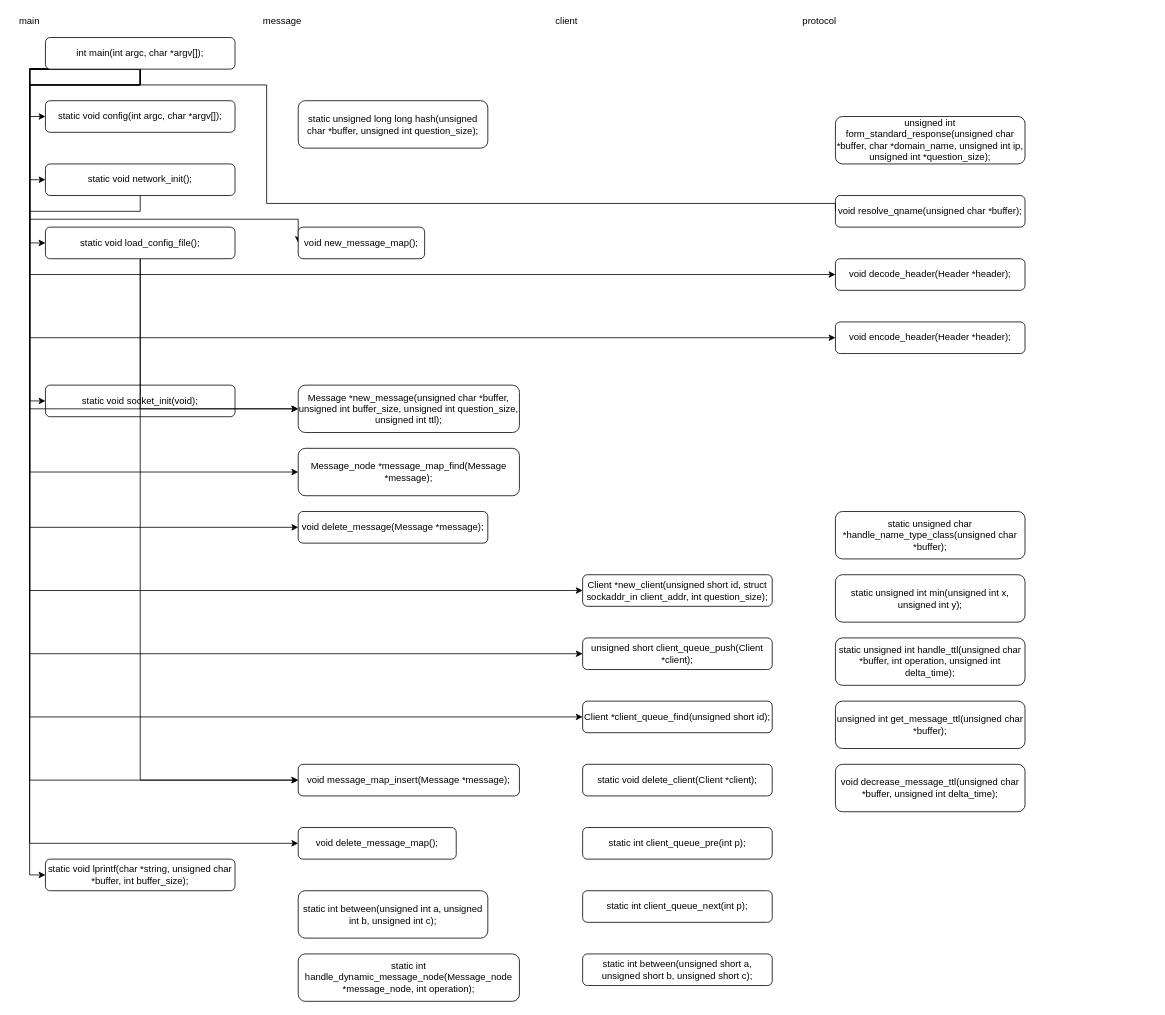
The draw.io diagram dns_relay.drawio in chunkitlau/diagrams, before the edit. Source tidied: cells renumbered, new cells numbered last; positions are measured from the earlier drawing's top-left corner, leaving out a move shared by most shapes. Both pictures are drawn from the tidied source at 79%, with x=0, y=0 at pixel (13, 13).
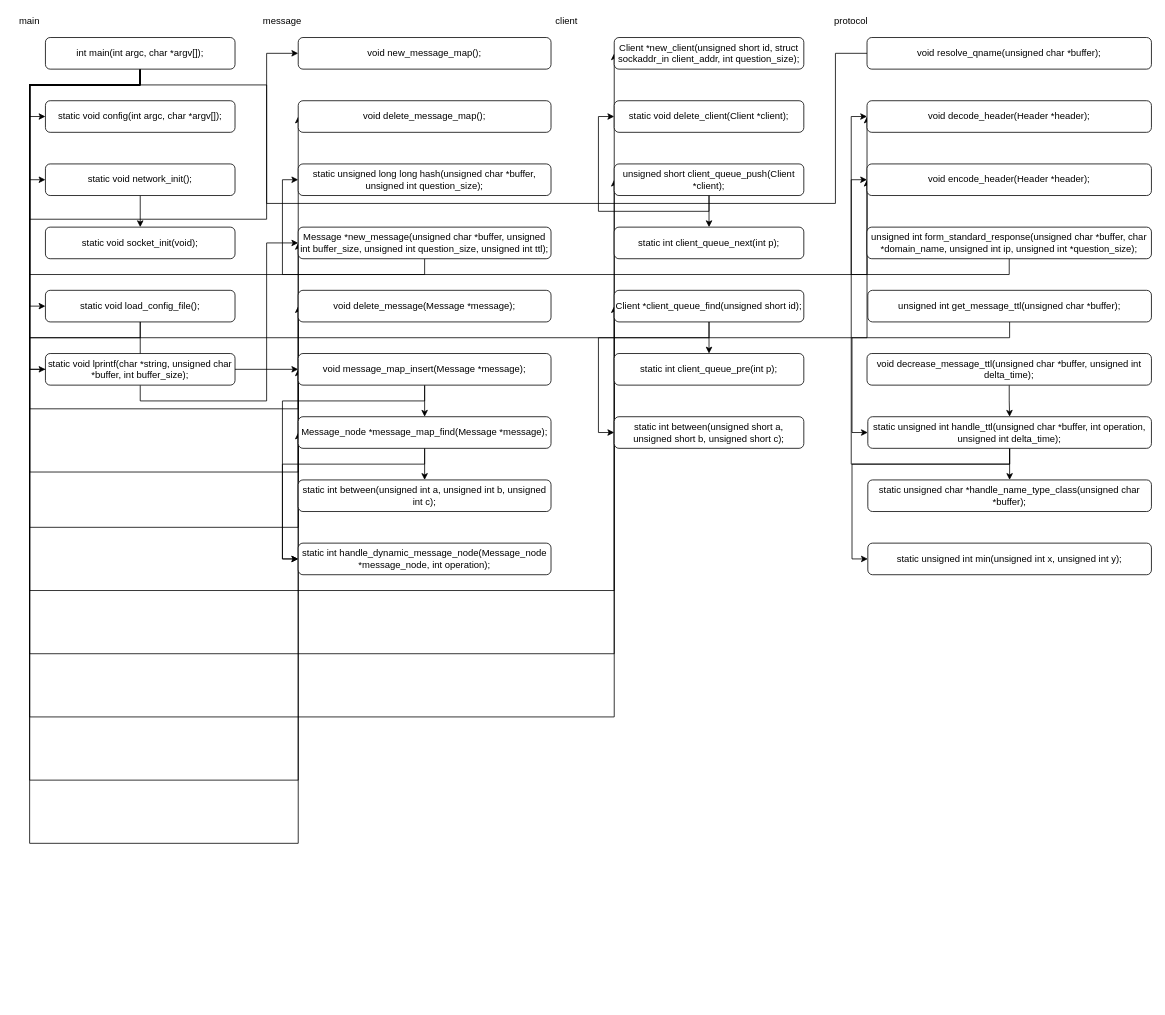
Above is the later version.

The change refers to these unchanged cells:
```xml
<mxCell id="6" value="static void network_init();" style="rounded=1;whiteSpace=wrap;html=1;" parent="1" vertex="1">
  <mxGeometry x="40" y="190" width="240" height="40" as="geometry" />
</mxCell>
<mxCell id="25" value="int main(int argc, char *argv[]);" style="rounded=1;whiteSpace=wrap;html=1;" parent="1" vertex="1">
  <mxGeometry x="40" y="30" width="240" height="40" as="geometry" />
</mxCell>
```

What changed in the source:
```diff
@@
     <mxCell id="2" value="static void socket_init(void);" style="rounded=1;whiteSpace=wrap;html=1;" parent="1" vertex="1">
-      <mxGeometry x="40" y="470" width="240" height="40" as="geometry" />
+      <mxGeometry x="40" y="270" width="240" height="40" as="geometry" />
     </mxCell>
@@
-    <mxCell id="4" value="static void lprintf(char *string, unsigned char *buffer, int buffer_size);" style="rounded=1;whiteSpace=wrap;html=1;" parent="1" vertex="1">
-      <mxGeometry x="40" y="1070" width="240" height="40" as="geometry" />
-    </mxCell>
-    <mxCell id="5" style="edgeStyle=orthogonalEdgeStyle;rounded=0;jettySize=auto;html=1;exitX=0.5;exitY=1;exitDx=0;exitDy=0;entryX=0;entryY=0.5;entryDx=0;entryDy=0;" parent="1" edge="1" source="6" target="2">
+    <mxCell id="5" style="edgeStyle=orthogonalEdgeStyle;rounded=0;jettySize=auto;html=1;exitX=0.5;exitY=1;exitDx=0;exitDy=0;entryX=0.5;entryY=0;entryDx=0;entryDy=0;" parent="1" edge="1" source="6" target="2">
       <mxGeometry relative="1" as="geometry">
         <Array as="points">
-          <mxPoint x="160" y="250" />
-          <mxPoint x="20" y="250" />
-          <mxPoint x="20" y="490" />
+          <mxPoint x="160" y="260" />
+          <mxPoint x="160" y="260" />
         </Array>
       </mxGeometry>
     </mxCell>
@@
-    <mxCell id="7" style="edgeStyle=orthogonalEdgeStyle;rounded=0;jettySize=auto;html=1;exitX=0.5;exitY=1;exitDx=0;exitDy=0;entryX=0;entryY=0.5;entryDx=0;entryDy=0;" parent="1" edge="1" source="9" target="41">
+    <mxCell id="7" style="edgeStyle=orthogonalEdgeStyle;rounded=0;jettySize=auto;html=1;exitX=0.5;exitY=1;exitDx=0;exitDy=0;entryX=0;entryY=0.5;entryDx=0;entryDy=0;startArrow=none;" parent="1" edge="1" source="4" target="41">
       <mxGeometry relative="1" as="geometry" />
     </mxCell>
@@
     <mxCell id="9" value="static void load_config_file();" style="rounded=1;whiteSpace=wrap;html=1;" parent="1" vertex="1">
-      <mxGeometry x="40" y="270" width="240" height="40" as="geometry" />
+      <mxGeometry x="40" y="350" width="240" height="40" as="geometry" />
     </mxCell>
@@
     <mxCell id="12" style="edgeStyle=orthogonalEdgeStyle;rounded=0;jettySize=auto;html=1;exitX=0.5;exitY=1;exitDx=0;exitDy=0;entryX=0;entryY=0.5;entryDx=0;entryDy=0;" parent="1" edge="1" source="25" target="9">
       <mxGeometry relative="1" as="geometry">
         <Array as="points">
           <mxPoint x="160" y="90" />
           <mxPoint x="20" y="90" />
-          <mxPoint x="20" y="290" />
+          <mxPoint x="20" y="370" />
         </Array>
       </mxGeometry>
     </mxCell>
@@
     <mxCell id="15" style="edgeStyle=orthogonalEdgeStyle;rounded=0;jettySize=auto;html=1;exitX=0.5;exitY=1;exitDx=0;exitDy=0;entryX=0;entryY=0.5;entryDx=0;entryDy=0;" parent="1" edge="1" source="25" target="41">
       <mxGeometry relative="1" as="geometry">
         <Array as="points">
-          <mxPoint x="20" y="70" />
+          <mxPoint x="160" y="90" />
+          <mxPoint x="20" y="90" />
           <mxPoint x="20" y="500" />
+          <mxPoint x="360" y="500" />
         </Array>
       </mxGeometry>
     </mxCell>
     <mxCell id="16" style="edgeStyle=orthogonalEdgeStyle;rounded=0;jettySize=auto;html=1;exitX=0.5;exitY=1;exitDx=0;exitDy=0;entryX=0;entryY=0.5;entryDx=0;entryDy=0;" parent="1" edge="1" source="25" target="45">
       <mxGeometry relative="1" as="geometry">
         <Array as="points">
-          <mxPoint x="20" y="70" />
+          <mxPoint x="160" y="90" />
+          <mxPoint x="20" y="90" />
           <mxPoint x="20" y="580" />
         </Array>
       </mxGeometry>
     </mxCell>
     <mxCell id="17" style="edgeStyle=orthogonalEdgeStyle;rounded=0;jettySize=auto;html=1;exitX=0.5;exitY=1;exitDx=0;exitDy=0;entryX=0;entryY=0.5;entryDx=0;entryDy=0;" parent="1" edge="1" source="25" target="29">
       <mxGeometry relative="1" as="geometry">
         <Array as="points">
-          <mxPoint x="20" y="70" />
+          <mxPoint x="160" y="90" />
+          <mxPoint x="20" y="90" />
           <mxPoint x="20" y="650" />
         </Array>
       </mxGeometry>
     </mxCell>
     <mxCell id="18" style="edgeStyle=orthogonalEdgeStyle;rounded=0;jettySize=auto;html=1;exitX=0.5;exitY=1;exitDx=0;exitDy=0;entryX=0;entryY=0.5;entryDx=0;entryDy=0;" parent="1" edge="1" source="25" target="26">
       <mxGeometry relative="1" as="geometry">
         <Array as="points">
-          <mxPoint x="20" y="70" />
+          <mxPoint x="160" y="90" />
+          <mxPoint x="20" y="90" />
           <mxPoint x="20" y="260" />
-          <mxPoint x="360" y="260" />
+          <mxPoint x="320" y="260" />
+          <mxPoint x="320" y="50" />
         </Array>
       </mxGeometry>
     </mxCell>
     <mxCell id="19" style="edgeStyle=orthogonalEdgeStyle;rounded=0;jettySize=auto;html=1;exitX=0.5;exitY=1;exitDx=0;exitDy=0;entryX=0;entryY=0.5;entryDx=0;entryDy=0;" parent="1" edge="1" source="25" target="47">
       <mxGeometry relative="1" as="geometry">
         <Array as="points">
-          <mxPoint x="20" y="70" />
+          <mxPoint x="160" y="90" />
+          <mxPoint x="20" y="90" />
           <mxPoint x="20" y="730" />
         </Array>
       </mxGeometry>
     </mxCell>
     <mxCell id="20" style="edgeStyle=orthogonalEdgeStyle;rounded=0;jettySize=auto;html=1;exitX=0.5;exitY=1;exitDx=0;exitDy=0;entryX=0;entryY=0.5;entryDx=0;entryDy=0;" parent="1" edge="1" source="25" target="51">
       <mxGeometry relative="1" as="geometry">
         <Array as="points">
-          <mxPoint x="20" y="70" />
+          <mxPoint x="160" y="90" />
+          <mxPoint x="20" y="90" />
           <mxPoint x="20" y="810" />
         </Array>
       </mxGeometry>
     </mxCell>
     <mxCell id="21" style="edgeStyle=orthogonalEdgeStyle;rounded=0;jettySize=auto;html=1;exitX=0.5;exitY=1;exitDx=0;exitDy=0;entryX=0;entryY=0.5;entryDx=0;entryDy=0;" parent="1" edge="1" source="25" target="53">
       <mxGeometry relative="1" as="geometry">
         <Array as="points">
-          <mxPoint x="20" y="70" />
+          <mxPoint x="160" y="90" />
+          <mxPoint x="20" y="90" />
           <mxPoint x="20" y="890" />
         </Array>
       </mxGeometry>
     </mxCell>
     <mxCell id="22" style="edgeStyle=orthogonalEdgeStyle;rounded=0;jettySize=auto;html=1;exitX=0.5;exitY=1;exitDx=0;exitDy=0;entryX=0;entryY=0.5;entryDx=0;entryDy=0;" parent="1" edge="1" source="25" target="46">
       <mxGeometry relative="1" as="geometry">
         <Array as="points">
-          <mxPoint x="20" y="70" />
+          <mxPoint x="160" y="90" />
+          <mxPoint x="20" y="90" />
           <mxPoint x="20" y="970" />
+          <mxPoint x="360" y="970" />
         </Array>
       </mxGeometry>
     </mxCell>
     <mxCell id="23" style="edgeStyle=orthogonalEdgeStyle;rounded=0;jettySize=auto;html=1;exitX=0.5;exitY=1;exitDx=0;exitDy=0;entryX=0;entryY=0.5;entryDx=0;entryDy=0;" parent="1" edge="1" source="25" target="42">
       <mxGeometry relative="1" as="geometry">
         <Array as="points">
-          <mxPoint x="20" y="70" />
+          <mxPoint x="160" y="90" />
+          <mxPoint x="20" y="90" />
           <mxPoint x="20" y="1050" />
         </Array>
       </mxGeometry>
     </mxCell>
     <mxCell id="24" style="edgeStyle=orthogonalEdgeStyle;rounded=0;jettySize=auto;html=1;exitX=0.5;exitY=1;exitDx=0;exitDy=0;entryX=0;entryY=0.5;entryDx=0;entryDy=0;" parent="1" edge="1" source="25" target="4">
       <mxGeometry relative="1" as="geometry">
         <Array as="points">
-          <mxPoint x="20" y="70" />
-          <mxPoint x="20" y="1090" />
+          <mxPoint x="160" y="90" />
+          <mxPoint x="20" y="90" />
+          <mxPoint x="20" y="450" />
         </Array>
       </mxGeometry>
     </mxCell>
@@
     <mxCell id="26" value="void new_message_map();" style="rounded=1;whiteSpace=wrap;html=1;" parent="1" vertex="1">
-      <mxGeometry x="360" y="270" width="160" height="40" as="geometry" />
+      <mxGeometry x="360" y="30" width="320" height="40" as="geometry" />
     </mxCell>
     <mxCell id="27" value="void decode_header(Header *header);" style="rounded=1;whiteSpace=wrap;html=1;" parent="1" vertex="1">
-      <mxGeometry x="1040" y="310" width="240" height="40" as="geometry" />
+      <mxGeometry x="1080" y="110" width="360" height="40" as="geometry" />
     </mxCell>
     <mxCell id="28" value="void encode_header(Header *header);" style="rounded=1;whiteSpace=wrap;html=1;" parent="1" vertex="1">
-      <mxGeometry x="1040" y="390" width="240" height="40" as="geometry" />
+      <mxGeometry x="1080" y="190" width="360" height="40" as="geometry" />
     </mxCell>
     <mxCell id="29" value="void delete_message(Message *message);" style="rounded=1;whiteSpace=wrap;html=1;" parent="1" vertex="1">
-      <mxGeometry x="360" y="630" width="240" height="40" as="geometry" />
+      <mxGeometry x="360" y="350" width="320" height="40" as="geometry" />
     </mxCell>
@@
     <mxCell id="31" value="protocol" style="text;html=1;strokeColor=none;fillColor=none;align=center;verticalAlign=middle;whiteSpace=wrap;rounded=0;" parent="1" vertex="1">
-      <mxGeometry x="1000" width="40" height="20" as="geometry" />
+      <mxGeometry x="1040" width="40" height="20" as="geometry" />
     </mxCell>
@@
+    <mxCell id="56" style="edgeStyle=orthogonalEdgeStyle;rounded=0;jettySize=auto;html=1;exitX=0.5;exitY=1;exitDx=0;exitDy=0;entryX=0;entryY=0.5;entryDx=0;entryDy=0;" parent="1" edge="1" source="34" target="28">
+      <mxGeometry relative="1" as="geometry" />
+    </mxCell>
     <mxCell id="34" value="unsigned int form_standard_response(unsigned char *buffer, char *domain_name, unsigned int ip, unsigned int *question_size);" style="rounded=1;whiteSpace=wrap;html=1;" parent="1" vertex="1">
-      <mxGeometry x="1040" y="130" width="240" height="60" as="geometry" />
+      <mxGeometry x="1080" y="270" width="360" height="40" as="geometry" />
     </mxCell>
     <mxCell id="35" value="static unsigned char *handle_name_type_class(unsigned char *buffer);" style="rounded=1;whiteSpace=wrap;html=1;" parent="1" vertex="1">
-      <mxGeometry x="1040" y="630" width="240" height="60" as="geometry" />
+      <mxGeometry x="1081" y="590" width="359" height="40" as="geometry" />
     </mxCell>
     <mxCell id="36" value="static unsigned int min(unsigned int x, unsigned int y);" style="rounded=1;whiteSpace=wrap;html=1;" parent="1" vertex="1">
-      <mxGeometry x="1040" y="710" width="240" height="60" as="geometry" />
+      <mxGeometry x="1081" y="670" width="359" height="40" as="geometry" />
     </mxCell>
+    <mxCell id="57" style="edgeStyle=orthogonalEdgeStyle;rounded=0;jettySize=auto;html=1;exitX=0.5;exitY=1;exitDx=0;exitDy=0;entryX=0;entryY=0.5;entryDx=0;entryDy=0;" parent="1" edge="1" source="37" target="27">
+      <mxGeometry relative="1" as="geometry" />
+    </mxCell>
+    <mxCell id="58" style="edgeStyle=orthogonalEdgeStyle;rounded=0;jettySize=auto;html=1;" parent="1" edge="1" source="37" target="35">
+      <mxGeometry relative="1" as="geometry" />
+    </mxCell>
+    <mxCell id="59" style="edgeStyle=orthogonalEdgeStyle;rounded=0;jettySize=auto;html=1;exitX=0.5;exitY=1;exitDx=0;exitDy=0;entryX=0;entryY=0.5;entryDx=0;entryDy=0;" parent="1" edge="1" source="37" target="36">
+      <mxGeometry relative="1" as="geometry">
+        <Array as="points">
+          <mxPoint x="1261" y="570" />
+          <mxPoint x="1061" y="570" />
+          <mxPoint x="1061" y="690" />
+        </Array>
+      </mxGeometry>
+    </mxCell>
     <mxCell id="37" value="static unsigned int handle_ttl(unsigned char *buffer, int operation, unsigned int delta_time);" style="rounded=1;whiteSpace=wrap;html=1;" parent="1" vertex="1">
-      <mxGeometry x="1040" y="790" width="240" height="60" as="geometry" />
+      <mxGeometry x="1081" y="510" width="359" height="40" as="geometry" />
     </mxCell>
+    <mxCell id="60" style="edgeStyle=orthogonalEdgeStyle;rounded=0;jettySize=auto;html=1;exitX=0.5;exitY=1;exitDx=0;exitDy=0;entryX=0;entryY=0.5;entryDx=0;entryDy=0;" parent="1" edge="1" source="38" target="37">
+      <mxGeometry relative="1" as="geometry">
+        <Array as="points">
+          <mxPoint x="1261" y="410" />
+          <mxPoint x="1061" y="410" />
+          <mxPoint x="1061" y="530" />
+        </Array>
+      </mxGeometry>
+    </mxCell>
     <mxCell id="38" value="unsigned int get_message_ttl(unsigned char *buffer);" style="rounded=1;whiteSpace=wrap;html=1;" parent="1" vertex="1">
-      <mxGeometry x="1040" y="870" width="240" height="60" as="geometry" />
+      <mxGeometry x="1081" y="350" width="359" height="40" as="geometry" />
     </mxCell>
+    <mxCell id="61" style="edgeStyle=orthogonalEdgeStyle;rounded=0;jettySize=auto;html=1;entryX=0.5;entryY=0;entryDx=0;entryDy=0;" parent="1" edge="1" source="39" target="37">
+      <mxGeometry relative="1" as="geometry" />
+    </mxCell>
     <mxCell id="39" value="void decrease_message_ttl(unsigned char *buffer, unsigned int delta_time);" style="rounded=1;whiteSpace=wrap;html=1;" parent="1" vertex="1">
-      <mxGeometry x="1040" y="950" width="240" height="60" as="geometry" />
+      <mxGeometry x="1080" y="430" width="360" height="40" as="geometry" />
     </mxCell>
     <mxCell id="40" value="static unsigned long long hash(unsigned char *buffer, unsigned int question_size);" style="rounded=1;whiteSpace=wrap;html=1;" parent="1" vertex="1">
-      <mxGeometry x="360" y="110" width="240" height="60" as="geometry" />
+      <mxGeometry x="360" y="190" width="320" height="40" as="geometry" />
     </mxCell>
+    <mxCell id="62" style="edgeStyle=orthogonalEdgeStyle;rounded=0;jettySize=auto;html=1;exitX=0.5;exitY=1;exitDx=0;exitDy=0;entryX=0;entryY=0.5;entryDx=0;entryDy=0;" parent="1" edge="1" source="41" target="40">
+      <mxGeometry relative="1" as="geometry" />
+    </mxCell>
     <mxCell id="41" value="Message *new_message(unsigned char *buffer, unsigned int buffer_size, unsigned int question_size, unsigned int ttl);" style="rounded=1;whiteSpace=wrap;html=1;" parent="1" vertex="1">
-      <mxGeometry x="360" y="470" width="280" height="60" as="geometry" />
+      <mxGeometry x="360" y="270" width="320" height="40" as="geometry" />
     </mxCell>
     <mxCell id="42" value="void delete_message_map();" style="rounded=1;whiteSpace=wrap;html=1;" parent="1" vertex="1">
-      <mxGeometry x="360" y="1030" width="200" height="40" as="geometry" />
+      <mxGeometry x="360" y="110" width="320" height="40" as="geometry" />
     </mxCell>
     <mxCell id="43" value="static int between(unsigned int a, unsigned int b, unsigned int c);" style="rounded=1;whiteSpace=wrap;html=1;" parent="1" vertex="1">
-      <mxGeometry x="360" y="1110" width="240" height="60" as="geometry" />
+      <mxGeometry x="360" y="590" width="320" height="40" as="geometry" />
     </mxCell>
     <mxCell id="44" value="static int handle_dynamic_message_node(Message_node *message_node, int operation);" style="rounded=1;whiteSpace=wrap;html=1;" parent="1" vertex="1">
-      <mxGeometry x="360" y="1190" width="280" height="60" as="geometry" />
+      <mxGeometry x="360" y="670" width="320" height="40" as="geometry" />
     </mxCell>
+    <mxCell id="63" style="edgeStyle=orthogonalEdgeStyle;rounded=0;jettySize=auto;html=1;exitX=0.5;exitY=1;exitDx=0;exitDy=0;entryX=0;entryY=0.5;entryDx=0;entryDy=0;" parent="1" edge="1" source="45" target="44">
+      <mxGeometry relative="1" as="geometry">
+        <Array as="points">
+          <mxPoint x="520" y="570" />
+          <mxPoint x="340" y="570" />
+          <mxPoint x="340" y="690" />
+        </Array>
+      </mxGeometry>
+    </mxCell>
+    <mxCell id="64" style="edgeStyle=orthogonalEdgeStyle;rounded=0;jettySize=auto;html=1;" parent="1" edge="1" source="45" target="43">
+      <mxGeometry relative="1" as="geometry" />
+    </mxCell>
     <mxCell id="45" value="Message_node *message_map_find(Message *message);" style="rounded=1;whiteSpace=wrap;html=1;" parent="1" vertex="1">
-      <mxGeometry x="360" y="550" width="280" height="60" as="geometry" />
+      <mxGeometry x="360" y="510" width="320" height="40" as="geometry" />
     </mxCell>
+    <mxCell id="65" style="edgeStyle=orthogonalEdgeStyle;rounded=0;jettySize=auto;html=1;" parent="1" edge="1" source="46" target="45">
+      <mxGeometry relative="1" as="geometry" />
+    </mxCell>
+    <mxCell id="66" style="edgeStyle=orthogonalEdgeStyle;rounded=0;jettySize=auto;html=1;exitX=0.5;exitY=1;exitDx=0;exitDy=0;entryX=0;entryY=0.5;entryDx=0;entryDy=0;" parent="1" edge="1" source="46" target="44">
+      <mxGeometry relative="1" as="geometry">
+        <Array as="points">
+          <mxPoint x="520" y="490" />
+          <mxPoint x="340" y="490" />
+          <mxPoint x="340" y="690" />
+        </Array>
+      </mxGeometry>
+    </mxCell>
     <mxCell id="46" value="void message_map_insert(Message *message);" style="rounded=1;whiteSpace=wrap;html=1;" parent="1" vertex="1">
-      <mxGeometry x="360" y="950" width="280" height="40" as="geometry" />
+      <mxGeometry x="360" y="430" width="320" height="40" as="geometry" />
     </mxCell>
     <mxCell id="47" value="Client *new_client(unsigned short id, struct sockaddr_in client_addr, int question_size);" style="rounded=1;whiteSpace=wrap;html=1;" parent="1" vertex="1">
-      <mxGeometry x="720" y="710" width="240" height="40" as="geometry" />
+      <mxGeometry x="760" y="30" width="240" height="40" as="geometry" />
     </mxCell>
     <mxCell id="48" value="static void delete_client(Client *client);" style="rounded=1;whiteSpace=wrap;html=1;" parent="1" vertex="1">
-      <mxGeometry x="720" y="950" width="240" height="40" as="geometry" />
+      <mxGeometry x="760" y="110" width="240" height="40" as="geometry" />
     </mxCell>
     <mxCell id="49" value="static int client_queue_pre(int p);" style="rounded=1;whiteSpace=wrap;html=1;" parent="1" vertex="1">
-      <mxGeometry x="720" y="1030" width="240" height="40" as="geometry" />
+      <mxGeometry x="760" y="430" width="240" height="40" as="geometry" />
     </mxCell>
     <mxCell id="50" value="static int client_queue_next(int p);" style="rounded=1;whiteSpace=wrap;html=1;" parent="1" vertex="1">
-      <mxGeometry x="720" y="1110" width="240" height="40" as="geometry" />
+      <mxGeometry x="760" y="270" width="240" height="40" as="geometry" />
     </mxCell>
+    <mxCell id="67" style="edgeStyle=orthogonalEdgeStyle;rounded=0;jettySize=auto;html=1;" parent="1" edge="1" source="51" target="50">
+      <mxGeometry relative="1" as="geometry" />
+    </mxCell>
+    <mxCell id="68" style="edgeStyle=orthogonalEdgeStyle;rounded=0;jettySize=auto;html=1;exitX=0.5;exitY=1;exitDx=0;exitDy=0;entryX=0;entryY=0.5;entryDx=0;entryDy=0;" parent="1" edge="1" source="51" target="48">
+      <mxGeometry relative="1" as="geometry" />
+    </mxCell>
     <mxCell id="51" value="unsigned short client_queue_push(Client *client);" style="rounded=1;whiteSpace=wrap;html=1;" parent="1" vertex="1">
-      <mxGeometry x="720" y="790" width="240" height="40" as="geometry" />
+      <mxGeometry x="760" y="190" width="240" height="40" as="geometry" />
     </mxCell>
     <mxCell id="52" value="static int between(unsigned short a, unsigned short b, unsigned short c);" style="rounded=1;whiteSpace=wrap;html=1;" parent="1" vertex="1">
-      <mxGeometry x="720" y="1190" width="240" height="40" as="geometry" />
+      <mxGeometry x="760" y="510" width="240" height="40" as="geometry" />
     </mxCell>
+    <mxCell id="69" style="edgeStyle=orthogonalEdgeStyle;rounded=0;jettySize=auto;html=1;" parent="1" edge="1" source="53" target="49">
+      <mxGeometry relative="1" as="geometry" />
+    </mxCell>
+    <mxCell id="70" style="edgeStyle=orthogonalEdgeStyle;rounded=0;jettySize=auto;html=1;exitX=0.5;exitY=1;exitDx=0;exitDy=0;entryX=0;entryY=0.5;entryDx=0;entryDy=0;" parent="1" edge="1" source="53" target="52">
+      <mxGeometry relative="1" as="geometry">
+        <Array as="points">
+          <mxPoint x="880" y="410" />
+          <mxPoint x="740" y="410" />
+          <mxPoint x="740" y="530" />
+        </Array>
+      </mxGeometry>
+    </mxCell>
     <mxCell id="53" value="Client *client_queue_find(unsigned short id);" style="rounded=1;whiteSpace=wrap;html=1;" parent="1" vertex="1">
-      <mxGeometry x="720" y="870" width="240" height="40" as="geometry" />
+      <mxGeometry x="760" y="350" width="240" height="40" as="geometry" />
     </mxCell>
     <mxCell id="54" value="void resolve_qname(unsigned char *buffer);" style="rounded=1;whiteSpace=wrap;html=1;" parent="1" vertex="1">
-      <mxGeometry x="1040" y="230" width="240" height="40" as="geometry" />
+      <mxGeometry x="1080" y="30" width="360" height="40" as="geometry" />
     </mxCell>
@@
+    <mxCell id="4" value="static void lprintf(char *string, unsigned char *buffer, int buffer_size);" style="rounded=1;whiteSpace=wrap;html=1;" parent="1" vertex="1">
+      <mxGeometry x="40" y="430" width="240" height="40" as="geometry" />
+    </mxCell>
+    <mxCell id="71" style="edgeStyle=orthogonalEdgeStyle;rounded=0;jettySize=auto;html=1;exitX=0.5;exitY=1;exitDx=0;exitDy=0;entryX=0;entryY=0.5;entryDx=0;entryDy=0;endArrow=none;" parent="1" edge="1" source="9" target="4">
+      <mxGeometry relative="1" as="geometry" />
+    </mxCell>
```
